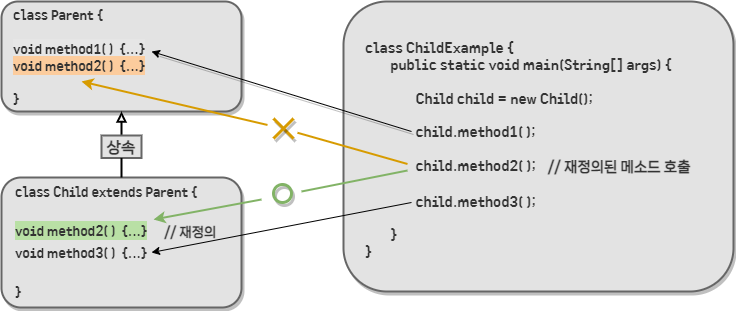
Above: images/2022-11-18-java_Inheritance/method_override.png in trendyglow/trendyglow.github.io (draw.io), before the change. Source tidied: cells renumbered, new cells last; positions are measured from the earlier drawing's top-left corner, leaving out a move shared by most shapes. The source it was exported from:
```xml
<mxGraphModel>
  <root>
    <mxCell id="0" />
    <mxCell id="1" parent="0" />
    <mxCell id="2" value="&lt;div style=&quot;text-align: left;&quot;&gt;&lt;br&gt;&lt;/div&gt;" style="rounded=1;whiteSpace=wrap;html=1;fillColor=#E3E3E3;fontColor=#333333;strokeColor=#666666;strokeWidth=2;fontFamily=EliceDigitalBaeum_Bold;fontSource=https%3A%2F%2Fcdn.jsdelivr.net%2Fgh%2Fprojectnoonnu%2Fnoonfonts_220508%401.0%2FEliceDigitalBaeum_Bold.woff2;shadow=1;" parent="1" vertex="1">
      <mxGeometry width="240" height="110" as="geometry" />
    </mxCell>
    <mxCell id="3" value="&lt;div style=&quot;color: rgb(51, 51, 51); font-size: 13px; line-height: 130%;&quot;&gt;&lt;span style=&quot;background-color: initial;&quot;&gt;&lt;font style=&quot;font-size: 13px;&quot;&gt;class Parent {&lt;/font&gt;&lt;/span&gt;&lt;/div&gt;&lt;div style=&quot;color: rgb(51, 51, 51); font-size: 13px; line-height: 130%;&quot;&gt;&lt;span style=&quot;background-color: initial;&quot;&gt;&lt;font style=&quot;font-size: 13px;&quot;&gt;&lt;br&gt;&lt;/font&gt;&lt;/span&gt;&lt;/div&gt;&lt;div style=&quot;color: rgb(51, 51, 51); font-size: 13px; line-height: 130%;&quot;&gt;&lt;font style=&quot;font-size: 13px;&quot;&gt;&lt;span style=&quot;background-color: rgb(230, 230, 230);&quot;&gt;&lt;span style=&quot;&quot;&gt;&#9;&lt;/span&gt;void method1( )&amp;nbsp; {...}&lt;/span&gt;&lt;br&gt;&lt;/font&gt;&lt;/div&gt;&lt;div style=&quot;color: rgb(51, 51, 51); font-size: 13px; line-height: 130%;&quot;&gt;&lt;font style=&quot;font-size: 13px;&quot;&gt;&lt;span style=&quot;background-color: rgb(252, 204, 157);&quot;&gt;&#9;void method2( )&amp;nbsp; {...}&lt;/span&gt;&lt;br&gt;&lt;/font&gt;&lt;/div&gt;&lt;div style=&quot;color: rgb(51, 51, 51); font-size: 13px; line-height: 130%;&quot;&gt;&lt;span style=&quot;background-color: initial;&quot;&gt;&lt;font style=&quot;font-size: 13px;&quot;&gt;&lt;br&gt;&lt;/font&gt;&lt;/span&gt;&lt;/div&gt;&lt;div style=&quot;color: rgb(51, 51, 51); font-size: 13px; line-height: 130%;&quot;&gt;&lt;span style=&quot;background-color: initial;&quot;&gt;&lt;font style=&quot;font-size: 13px;&quot;&gt;}&lt;/font&gt;&lt;/span&gt;&lt;/div&gt;" style="text;html=1;strokeColor=none;fillColor=none;align=left;verticalAlign=middle;whiteSpace=wrap;rounded=0;strokeWidth=2;fontFamily=EliceDigitalBaeum_Bold;fontSource=https%3A%2F%2Fcdn.jsdelivr.net%2Fgh%2Fprojectnoonnu%2Fnoonfonts_220508%401.0%2FEliceDigitalBaeum_Bold.woff2;" parent="1" vertex="1">
      <mxGeometry x="10" y="1" width="220" height="110" as="geometry" />
    </mxCell>
    <mxCell id="4" value="&lt;div style=&quot;text-align: left;&quot;&gt;&lt;br&gt;&lt;/div&gt;" style="rounded=1;whiteSpace=wrap;html=1;fillColor=#E3E3E3;fontColor=#333333;strokeColor=#666666;strokeWidth=2;fontFamily=EliceDigitalBaeum_Bold;fontSource=https%3A%2F%2Fcdn.jsdelivr.net%2Fgh%2Fprojectnoonnu%2Fnoonfonts_220508%401.0%2FEliceDigitalBaeum_Bold.woff2;shadow=1;" parent="1" vertex="1">
      <mxGeometry y="176" width="240" height="130" as="geometry" />
    </mxCell>
    <mxCell id="5" value="&lt;div style=&quot;color: rgb(51, 51, 51); font-size: 13px; line-height: 150%;&quot;&gt;&lt;span style=&quot;background-color: initial;&quot;&gt;&lt;font style=&quot;font-size: 13px;&quot;&gt;class Child extends Parent {&lt;/font&gt;&lt;/span&gt;&lt;/div&gt;&lt;div style=&quot;color: rgb(51, 51, 51); font-size: 13px; line-height: 150%;&quot;&gt;&lt;span style=&quot;background-color: initial;&quot;&gt;&lt;font style=&quot;font-size: 13px;&quot;&gt;&lt;br&gt;&lt;/font&gt;&lt;/span&gt;&lt;/div&gt;&lt;div style=&quot;color: rgb(51, 51, 51); font-size: 13px; line-height: 150%;&quot;&gt;&lt;font style=&quot;font-size: 13px;&quot;&gt;&lt;span style=&quot;&quot;&gt;&#9;&lt;/span&gt;&lt;span style=&quot;background-color: rgb(185, 224, 165);&quot;&gt;void method2( )&amp;nbsp; {...}&lt;/span&gt;&lt;span style=&quot;white-space: pre;&quot;&gt;&#9;&lt;/span&gt;&amp;nbsp; &amp;nbsp;&lt;font face=&quot;나눔스퀘어 네오&quot;&gt;&lt;b&gt;// 재정의&lt;/b&gt;&lt;/font&gt;&lt;br&gt;&lt;/font&gt;&lt;/div&gt;&lt;div style=&quot;color: rgb(51, 51, 51); font-size: 13px; line-height: 150%;&quot;&gt;&lt;font style=&quot;font-size: 13px;&quot;&gt;&lt;span style=&quot;&quot;&gt;&#9;&lt;/span&gt;void method3( )&amp;nbsp; {...}&lt;br&gt;&lt;/font&gt;&lt;/div&gt;&lt;div style=&quot;color: rgb(51, 51, 51); font-size: 13px; line-height: 150%;&quot;&gt;&lt;span style=&quot;background-color: initial;&quot;&gt;&lt;font style=&quot;font-size: 13px;&quot;&gt;&lt;br&gt;&lt;/font&gt;&lt;/span&gt;&lt;/div&gt;&lt;div style=&quot;color: rgb(51, 51, 51); font-size: 13px; line-height: 150%;&quot;&gt;&lt;span style=&quot;background-color: initial;&quot;&gt;&lt;font style=&quot;font-size: 13px;&quot;&gt;}&lt;/font&gt;&lt;/span&gt;&lt;/div&gt;" style="text;html=1;strokeColor=none;fillColor=none;align=left;verticalAlign=middle;whiteSpace=wrap;rounded=0;strokeWidth=2;fontFamily=EliceDigitalBaeum_Bold;fontSource=https%3A%2F%2Fcdn.jsdelivr.net%2Fgh%2Fprojectnoonnu%2Fnoonfonts_220508%401.0%2FEliceDigitalBaeum_Bold.woff2;" parent="1" vertex="1">
      <mxGeometry x="12" y="180" width="220" height="120" as="geometry" />
    </mxCell>
    <mxCell id="6" value="&lt;div style=&quot;text-align: left;&quot;&gt;&lt;br&gt;&lt;/div&gt;" style="rounded=1;whiteSpace=wrap;html=1;fillColor=#E3E3E3;fontColor=#333333;strokeColor=#666666;strokeWidth=2;fontFamily=EliceDigitalBaeum_Bold;fontSource=https%3A%2F%2Fcdn.jsdelivr.net%2Fgh%2Fprojectnoonnu%2Fnoonfonts_220508%401.0%2FEliceDigitalBaeum_Bold.woff2;shadow=1;" parent="1" vertex="1">
      <mxGeometry x="342" width="390" height="290" as="geometry" />
    </mxCell>
    <mxCell id="7" value="&lt;div style=&quot;color: rgb(51, 51, 51); font-size: 14px;&quot;&gt;&lt;font style=&quot;font-size: 14px;&quot;&gt;class ChildExample {&lt;/font&gt;&lt;/div&gt;&lt;div style=&quot;color: rgb(51, 51, 51); font-size: 14px;&quot;&gt;&lt;font style=&quot;font-size: 14px;&quot;&gt;&lt;span style=&quot;white-space: pre;&quot;&gt;&#9;&lt;/span&gt;public static void main(String[] args) {&lt;br&gt;&lt;/font&gt;&lt;/div&gt;&lt;div style=&quot;color: rgb(51, 51, 51); font-size: 14px;&quot;&gt;&lt;font style=&quot;font-size: 14px;&quot;&gt;&lt;span style=&quot;white-space: pre;&quot;&gt;&#9;&lt;/span&gt;&lt;span style=&quot;white-space: pre;&quot;&gt;&#9;&lt;/span&gt;&lt;br&gt;&lt;/font&gt;&lt;/div&gt;&lt;div style=&quot;color: rgb(51, 51, 51); font-size: 14px;&quot;&gt;&lt;font style=&quot;font-size: 14px;&quot;&gt;&lt;span style=&quot;white-space: pre;&quot;&gt;&#9;&lt;/span&gt;&lt;span style=&quot;white-space: pre;&quot;&gt;&#9;&lt;/span&gt;Child child = new Child();&lt;br&gt;&lt;/font&gt;&lt;/div&gt;&lt;div style=&quot;color: rgb(51, 51, 51); font-size: 14px;&quot;&gt;&lt;font style=&quot;font-size: 14px;&quot;&gt;&lt;br&gt;&lt;/font&gt;&lt;/div&gt;&lt;div style=&quot;color: rgb(51, 51, 51); font-size: 14px;&quot;&gt;&lt;font style=&quot;font-size: 14px;&quot;&gt;&lt;span style=&quot;white-space: pre;&quot;&gt;&#9;&lt;/span&gt;&lt;span style=&quot;white-space: pre;&quot;&gt;&#9;&lt;/span&gt;child.method1( );&lt;br&gt;&lt;/font&gt;&lt;/div&gt;&lt;div style=&quot;color: rgb(51, 51, 51); font-size: 14px;&quot;&gt;&lt;font style=&quot;font-size: 14px;&quot;&gt;&lt;span style=&quot;white-space: pre;&quot;&gt;&#9;&lt;/span&gt;&lt;span style=&quot;white-space: pre;&quot;&gt;&#9;&lt;/span&gt;&lt;br&gt;&lt;/font&gt;&lt;/div&gt;&lt;div style=&quot;color: rgb(51, 51, 51); font-size: 14px;&quot;&gt;&lt;font style=&quot;font-size: 14px;&quot;&gt;&lt;span style=&quot;white-space: pre;&quot;&gt;&#9;&lt;/span&gt;&lt;span style=&quot;white-space: pre;&quot;&gt;&#9;&lt;/span&gt;child.method2( );&lt;span style=&quot;white-space: pre;&quot;&gt;&#9;&lt;/span&gt;&amp;nbsp; &lt;b&gt;&lt;font face=&quot;나눔스퀘어 네오&quot;&gt;// 재정의된 메소드 호출&lt;/font&gt;&lt;/b&gt;&lt;br&gt;&lt;/font&gt;&lt;/div&gt;&lt;div style=&quot;color: rgb(51, 51, 51); font-size: 14px;&quot;&gt;&lt;font style=&quot;font-size: 14px;&quot;&gt;&lt;br&gt;&lt;/font&gt;&lt;/div&gt;&lt;div style=&quot;color: rgb(51, 51, 51); font-size: 14px;&quot;&gt;&lt;font style=&quot;font-size: 14px;&quot;&gt;&lt;span style=&quot;white-space: pre;&quot;&gt;&#9;&lt;/span&gt;&lt;span style=&quot;white-space: pre;&quot;&gt;&#9;&lt;/span&gt;child.method3( );&lt;br&gt;&lt;/font&gt;&lt;/div&gt;&lt;div style=&quot;color: rgb(51, 51, 51); font-size: 14px;&quot;&gt;&lt;font style=&quot;font-size: 14px;&quot;&gt;&lt;br&gt;&lt;/font&gt;&lt;/div&gt;&lt;div style=&quot;color: rgb(51, 51, 51); font-size: 14px;&quot;&gt;&lt;font style=&quot;font-size: 14px;&quot;&gt;&lt;span style=&quot;white-space: pre;&quot;&gt;&#9;&lt;/span&gt;}&lt;br&gt;&lt;/font&gt;&lt;/div&gt;&lt;div style=&quot;color: rgb(51, 51, 51); font-size: 14px;&quot;&gt;&lt;font style=&quot;font-size: 14px;&quot;&gt;}&lt;/font&gt;&lt;/div&gt;" style="text;html=1;strokeColor=none;fillColor=none;align=left;verticalAlign=middle;whiteSpace=wrap;rounded=0;strokeWidth=2;fontFamily=EliceDigitalBaeum_Bold;fontSource=https%3A%2F%2Fcdn.jsdelivr.net%2Fgh%2Fprojectnoonnu%2Fnoonfonts_220508%401.0%2FEliceDigitalBaeum_Bold.woff2;" parent="1" vertex="1">
      <mxGeometry x="362" y="35" width="360" height="225" as="geometry" />
    </mxCell>
    <mxCell id="8" style="endArrow=block;html=1;rounded=0;fontFamily=EliceDigitalBaeum_Bold;fontSource=https%3A%2F%2Fcdn.jsdelivr.net%2Fgh%2Fprojectnoonnu%2Fnoonfonts_220508%401.0%2FEliceDigitalBaeum_Bold.woff2;fontSize=14;exitX=0.5;exitY=0;exitDx=0;exitDy=0;entryX=0.5;entryY=1;entryDx=0;entryDy=0;endFill=0;strokeWidth=2;startArrow=none;" parent="1" edge="1" source="9" target="2">
      <mxGeometry relative="1" as="geometry" />
    </mxCell>
    <mxCell id="9" value="&lt;font face=&quot;나눔스퀘어 네오&quot;&gt;&lt;b&gt;상속&lt;/b&gt;&lt;/font&gt;" style="text;html=1;strokeColor=#666666;fillColor=#E3E3E3;align=center;verticalAlign=middle;whiteSpace=wrap;rounded=0;strokeWidth=2;fontFamily=EliceDigitalBaeum_Bold;fontSource=https%3A%2F%2Fcdn.jsdelivr.net%2Fgh%2Fprojectnoonnu%2Fnoonfonts_220508%401.0%2FEliceDigitalBaeum_Bold.woff2;fontSize=15;shadow=0;sketch=0;glass=0;labelBorderColor=none;labelBackgroundColor=none;fontColor=#333333;" parent="1" vertex="1">
      <mxGeometry x="100" y="134" width="40" height="22.5" as="geometry" />
    </mxCell>
    <mxCell id="10" style="endArrow=none;html=1;rounded=0;fontFamily=EliceDigitalBaeum_Bold;fontSource=https%3A%2F%2Fcdn.jsdelivr.net%2Fgh%2Fprojectnoonnu%2Fnoonfonts_220508%401.0%2FEliceDigitalBaeum_Bold.woff2;fontSize=14;exitX=0.5;exitY=0;exitDx=0;exitDy=0;entryX=0.5;entryY=1;entryDx=0;entryDy=0;endFill=0;strokeWidth=2;" parent="1" edge="1" source="4" target="9">
      <mxGeometry relative="1" as="geometry" />
    </mxCell>
    <mxCell id="11" style="endArrow=classic;html=1;rounded=0;strokeWidth=2;fontFamily=EliceDigitalBaeum_Bold;fontSource=https%3A%2F%2Fcdn.jsdelivr.net%2Fgh%2Fprojectnoonnu%2Fnoonfonts_220508%401.0%2FEliceDigitalBaeum_Bold.woff2;fontSize=14;fillColor=#d5e8d4;strokeColor=#82b366;startArrow=none;shadow=0;" parent="1" edge="1">
      <mxGeometry relative="1" as="geometry">
        <mxPoint x="260" y="198" as="sourcePoint" />
        <mxPoint x="152" y="218" as="targetPoint" />
      </mxGeometry>
    </mxCell>
    <mxCell id="12" style="endArrow=classic;html=1;rounded=0;strokeWidth=2;fontFamily=EliceDigitalBaeum_Bold;fontSource=https%3A%2F%2Fcdn.jsdelivr.net%2Fgh%2Fprojectnoonnu%2Fnoonfonts_220508%401.0%2FEliceDigitalBaeum_Bold.woff2;fontSize=14;fillColor=#ffe6cc;strokeColor=#d79b00;startArrow=none;shadow=0;" parent="1" edge="1">
      <mxGeometry relative="1" as="geometry">
        <mxPoint x="266" y="123.5" as="sourcePoint" />
        <mxPoint x="80" y="80" as="targetPoint" />
      </mxGeometry>
    </mxCell>
    <mxCell id="13" style="endArrow=classic;html=1;rounded=0;strokeWidth=1;fontFamily=EliceDigitalBaeum_Bold;fontSource=https%3A%2F%2Fcdn.jsdelivr.net%2Fgh%2Fprojectnoonnu%2Fnoonfonts_220508%401.0%2FEliceDigitalBaeum_Bold.woff2;fontSize=14;shadow=1;" parent="1" edge="1">
      <mxGeometry relative="1" as="geometry">
        <mxPoint x="410" y="130" as="sourcePoint" />
        <mxPoint x="150" y="50" as="targetPoint" />
      </mxGeometry>
    </mxCell>
    <mxCell id="14" style="endArrow=classic;html=1;rounded=0;strokeWidth=1;fontFamily=EliceDigitalBaeum_Bold;fontSource=https%3A%2F%2Fcdn.jsdelivr.net%2Fgh%2Fprojectnoonnu%2Fnoonfonts_220508%401.0%2FEliceDigitalBaeum_Bold.woff2;fontSize=14;shadow=0;" parent="1" edge="1">
      <mxGeometry relative="1" as="geometry">
        <mxPoint x="410" y="201" as="sourcePoint" />
        <mxPoint x="150" y="251" as="targetPoint" />
      </mxGeometry>
    </mxCell>
    <mxCell id="15" style="endArrow=none;html=1;rounded=0;strokeWidth=2;fontFamily=EliceDigitalBaeum_Bold;fontSource=https%3A%2F%2Fcdn.jsdelivr.net%2Fgh%2Fprojectnoonnu%2Fnoonfonts_220508%401.0%2FEliceDigitalBaeum_Bold.woff2;fontSize=14;fillColor=#ffe6cc;strokeColor=#d79b00;shadow=0;" parent="1" edge="1">
      <mxGeometry relative="1" as="geometry">
        <mxPoint x="406" y="162.5" as="sourcePoint" />
        <mxPoint x="296" y="131.3" as="targetPoint" />
      </mxGeometry>
    </mxCell>
    <mxCell id="16" style="ellipse;whiteSpace=wrap;html=1;shadow=1;glass=0;labelBackgroundColor=#E6E6E6;labelBorderColor=default;sketch=0;strokeWidth=3;fontFamily=EliceDigitalBaeum_Bold;fontSource=https%3A%2F%2Fcdn.jsdelivr.net%2Fgh%2Fprojectnoonnu%2Fnoonfonts_220508%401.0%2FEliceDigitalBaeum_Bold.woff2;fontSize=14;fillColor=none;strokeColor=#82b366;" parent="1" vertex="1">
      <mxGeometry x="272" y="183" width="18" height="18" as="geometry" />
    </mxCell>
    <mxCell id="17" style="endArrow=none;html=1;rounded=0;strokeWidth=2;fontFamily=EliceDigitalBaeum_Bold;fontSource=https%3A%2F%2Fcdn.jsdelivr.net%2Fgh%2Fprojectnoonnu%2Fnoonfonts_220508%401.0%2FEliceDigitalBaeum_Bold.woff2;fontSize=14;fillColor=#d5e8d4;strokeColor=#82b366;shadow=0;" parent="1" edge="1">
      <mxGeometry relative="1" as="geometry">
        <mxPoint x="406" y="169" as="sourcePoint" />
        <mxPoint x="300" y="190" as="targetPoint" />
      </mxGeometry>
    </mxCell>
    <mxCell id="18" style="endArrow=none;html=1;rounded=0;shadow=1;strokeWidth=3;fontFamily=나눔스퀘어 네오;fontSource=https%3A%2F%2Fcdn.jsdelivr.net%2Fgh%2Fprojectnoonnu%2Fnoonfonts_11-01%401.0%2FNanumSquareNeo-Variable.woff2;fillColor=#ffe6cc;strokeColor=#d79b00;" parent="1" edge="1">
      <mxGeometry relative="1" as="geometry">
        <mxPoint x="292" y="137" as="sourcePoint" />
        <mxPoint x="272" y="117" as="targetPoint" />
      </mxGeometry>
    </mxCell>
    <mxCell id="19" style="endArrow=none;html=1;rounded=0;shadow=1;strokeWidth=3;fontFamily=나눔스퀘어 네오;fontSource=https%3A%2F%2Fcdn.jsdelivr.net%2Fgh%2Fprojectnoonnu%2Fnoonfonts_11-01%401.0%2FNanumSquareNeo-Variable.woff2;fillColor=#ffe6cc;strokeColor=#d79b00;" parent="1" edge="1">
      <mxGeometry relative="1" as="geometry">
        <mxPoint x="272" y="137" as="sourcePoint" />
        <mxPoint x="292" y="117" as="targetPoint" />
      </mxGeometry>
    </mxCell>
  </root>
</mxGraphModel>
```
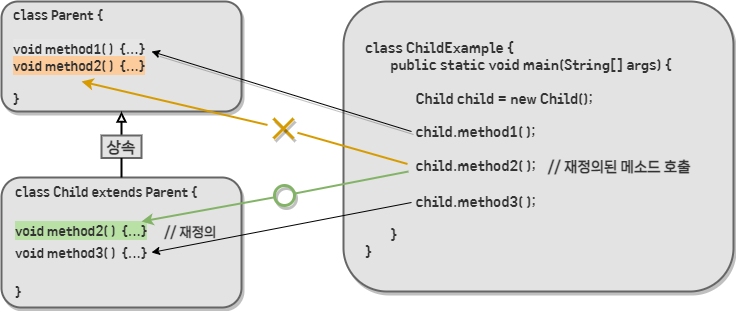
Later version of the same file.

Change to the diagram source:
```diff
@@ -29,10 +29,9 @@
     <mxCell id="10" style="endArrow=none;html=1;rounded=0;fontFamily=EliceDigitalBaeum_Bold;fontSource=https%3A%2F%2Fcdn.jsdelivr.net%2Fgh%2Fprojectnoonnu%2Fnoonfonts_220508%401.0%2FEliceDigitalBaeum_Bold.woff2;fontSize=14;exitX=0.5;exitY=0;exitDx=0;exitDy=0;entryX=0.5;entryY=1;entryDx=0;entryDy=0;endFill=0;strokeWidth=2;" parent="1" edge="1" source="4" target="9">
       <mxGeometry relative="1" as="geometry" />
     </mxCell>
-    <mxCell id="11" style="endArrow=classic;html=1;rounded=0;strokeWidth=2;fontFamily=EliceDigitalBaeum_Bold;fontSource=https%3A%2F%2Fcdn.jsdelivr.net%2Fgh%2Fprojectnoonnu%2Fnoonfonts_220508%401.0%2FEliceDigitalBaeum_Bold.woff2;fontSize=14;fillColor=#d5e8d4;strokeColor=#82b366;startArrow=none;shadow=0;" parent="1" edge="1">
+    <mxCell id="11" style="endArrow=classic;html=1;rounded=0;strokeWidth=2;fontFamily=EliceDigitalBaeum_Bold;fontSource=https%3A%2F%2Fcdn.jsdelivr.net%2Fgh%2Fprojectnoonnu%2Fnoonfonts_220508%401.0%2FEliceDigitalBaeum_Bold.woff2;fontSize=14;fillColor=#d5e8d4;strokeColor=#82b366;startArrow=none;shadow=0;" parent="1" edge="1" source="16">
       <mxGeometry relative="1" as="geometry">
-        <mxPoint x="260" y="198" as="sourcePoint" />
-        <mxPoint x="152" y="218" as="targetPoint" />
+        <mxPoint x="140" y="220" as="targetPoint" />
       </mxGeometry>
     </mxCell>
     <mxCell id="12" style="endArrow=classic;html=1;rounded=0;strokeWidth=2;fontFamily=EliceDigitalBaeum_Bold;fontSource=https%3A%2F%2Fcdn.jsdelivr.net%2Fgh%2Fprojectnoonnu%2Fnoonfonts_220508%401.0%2FEliceDigitalBaeum_Bold.woff2;fontSize=14;fillColor=#ffe6cc;strokeColor=#d79b00;startArrow=none;shadow=0;" parent="1" edge="1">
@@ -59,15 +58,6 @@
         <mxPoint x="296" y="131.3" as="targetPoint" />
       </mxGeometry>
     </mxCell>
-    <mxCell id="16" style="ellipse;whiteSpace=wrap;html=1;shadow=1;glass=0;labelBackgroundColor=#E6E6E6;labelBorderColor=default;sketch=0;strokeWidth=3;fontFamily=EliceDigitalBaeum_Bold;fontSource=https%3A%2F%2Fcdn.jsdelivr.net%2Fgh%2Fprojectnoonnu%2Fnoonfonts_220508%401.0%2FEliceDigitalBaeum_Bold.woff2;fontSize=14;fillColor=none;strokeColor=#82b366;" parent="1" vertex="1">
-      <mxGeometry x="272" y="183" width="18" height="18" as="geometry" />
-    </mxCell>
-    <mxCell id="17" style="endArrow=none;html=1;rounded=0;strokeWidth=2;fontFamily=EliceDigitalBaeum_Bold;fontSource=https%3A%2F%2Fcdn.jsdelivr.net%2Fgh%2Fprojectnoonnu%2Fnoonfonts_220508%401.0%2FEliceDigitalBaeum_Bold.woff2;fontSize=14;fillColor=#d5e8d4;strokeColor=#82b366;shadow=0;" parent="1" edge="1">
-      <mxGeometry relative="1" as="geometry">
-        <mxPoint x="406" y="169" as="sourcePoint" />
-        <mxPoint x="300" y="190" as="targetPoint" />
-      </mxGeometry>
-    </mxCell>
     <mxCell id="18" style="endArrow=none;html=1;rounded=0;shadow=1;strokeWidth=3;fontFamily=나눔스퀘어 네오;fontSource=https%3A%2F%2Fcdn.jsdelivr.net%2Fgh%2Fprojectnoonnu%2Fnoonfonts_11-01%401.0%2FNanumSquareNeo-Variable.woff2;fillColor=#ffe6cc;strokeColor=#d79b00;" parent="1" edge="1">
       <mxGeometry relative="1" as="geometry">
         <mxPoint x="292" y="137" as="sourcePoint" />
@@ -80,5 +70,13 @@
         <mxPoint x="292" y="117" as="targetPoint" />
       </mxGeometry>
     </mxCell>
+    <mxCell id="16" style="ellipse;whiteSpace=wrap;html=1;shadow=1;glass=0;labelBackgroundColor=#E6E6E6;labelBorderColor=default;sketch=0;strokeWidth=3;fontFamily=EliceDigitalBaeum_Bold;fontSource=https%3A%2F%2Fcdn.jsdelivr.net%2Fgh%2Fprojectnoonnu%2Fnoonfonts_220508%401.0%2FEliceDigitalBaeum_Bold.woff2;fontSize=14;fillColor=none;strokeColor=#82b366;" parent="1" vertex="1">
+      <mxGeometry x="273" y="184" width="20" height="20" as="geometry" />
+    </mxCell>
+    <mxCell id="20" style="endArrow=none;html=1;rounded=0;strokeWidth=2;fontFamily=EliceDigitalBaeum_Bold;fontSource=https%3A%2F%2Fcdn.jsdelivr.net%2Fgh%2Fprojectnoonnu%2Fnoonfonts_220508%401.0%2FEliceDigitalBaeum_Bold.woff2;fontSize=14;fillColor=#d5e8d4;strokeColor=#82b366;startArrow=none;shadow=0;" parent="1" edge="1" target="16">
+      <mxGeometry relative="1" as="geometry">
+        <mxPoint x="407" y="170" as="sourcePoint" />
+      </mxGeometry>
+    </mxCell>
   </root>
 </mxGraphModel>
```
